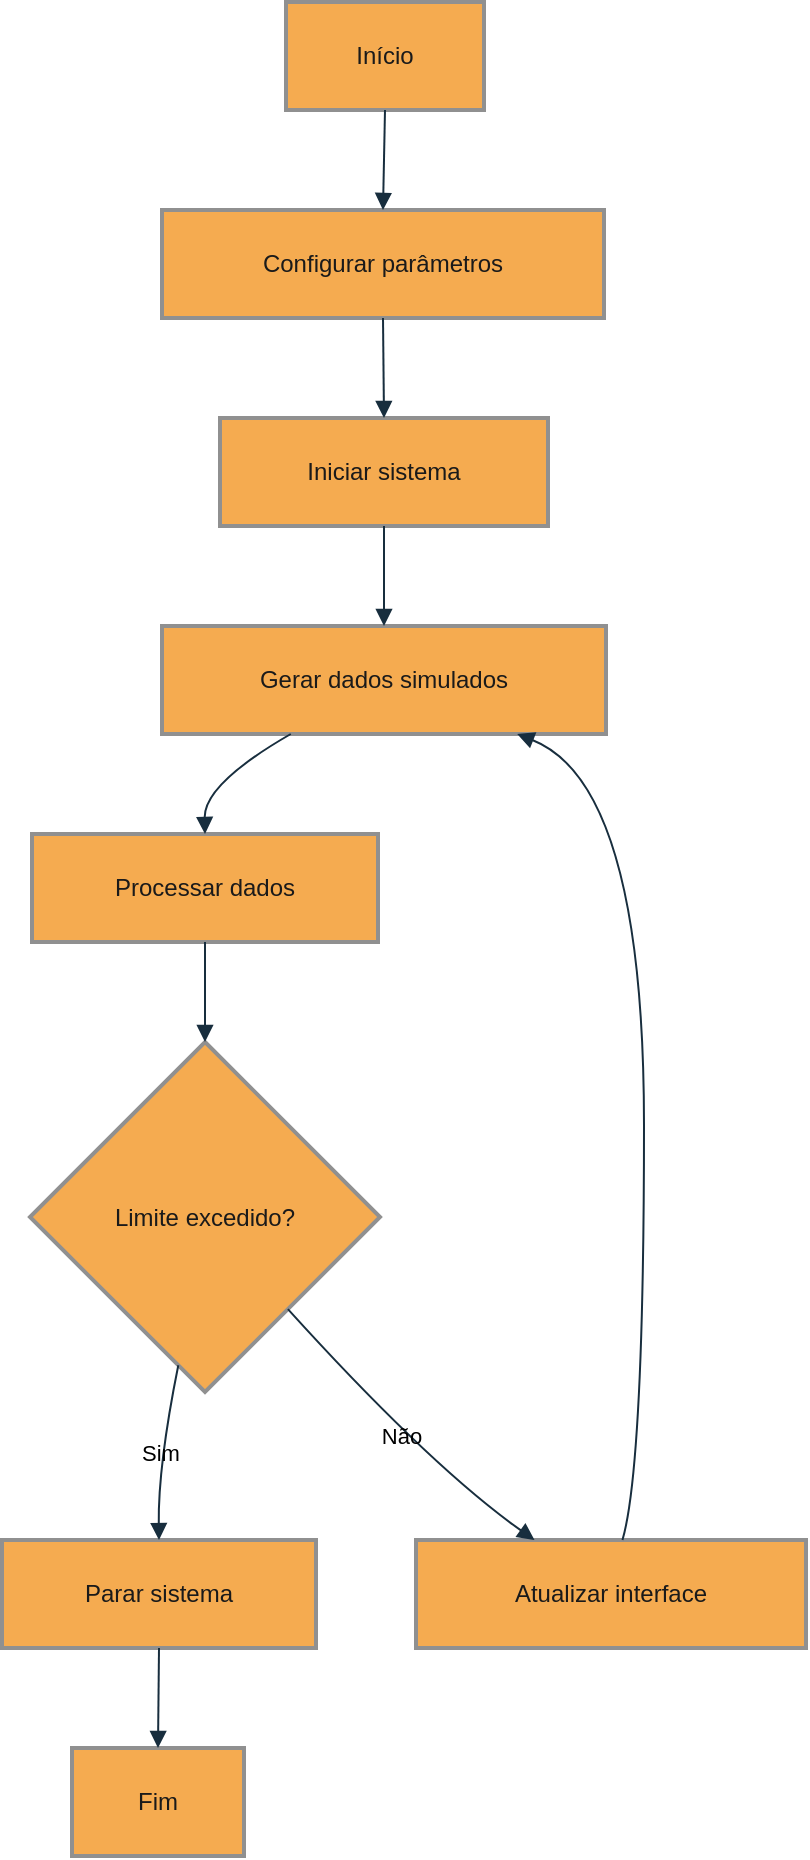
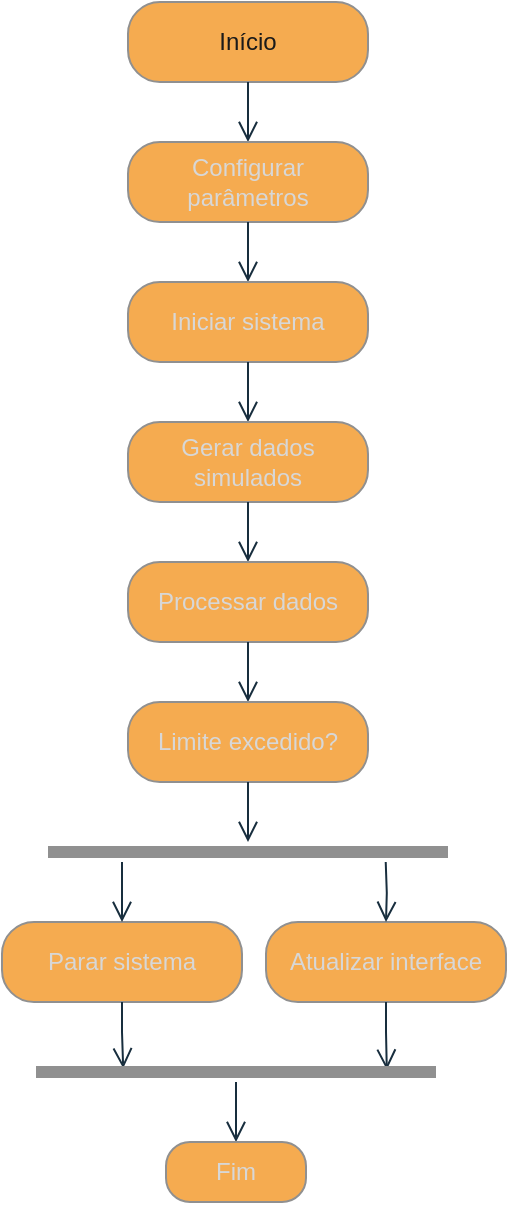
<mxfile host="Electron" agent="Mozilla/5.0 (Windows NT 10.0; Win64; x64) AppleWebKit/537.36 (KHTML, like Gecko) draw.io/29.6.6 Chrome/144.0.7559.236 Electron/40.8.4 Safari/537.36" version="29.6.6">
  <diagram name="Página-1" id="63gYxBsPaarODH8hY1k4">
-     <mxGraphModel dx="1603" dy="963" grid="0" gridSize="10" guides="1" tooltips="1" connect="1" arrows="1" fold="1" page="1" pageScale="1" pageWidth="827" pageHeight="1169" background="#FFFFFF" math="0" shadow="0">
+     <mxGraphModel dx="434" dy="261" grid="1" gridSize="10" guides="1" tooltips="1" connect="1" arrows="1" fold="1" page="1" pageScale="1" pageWidth="827" pageHeight="1169" background="#FFFFFF" math="0" shadow="0">
      <root>
        <mxCell id="0" />
        <mxCell id="1" parent="0" />
-         <mxCell id="yIWSX8JQS0jpfQ5vpIln-1" parent="1" style="whiteSpace=wrap;strokeWidth=2;fillColor=#F5AB50;strokeColor=#909090;fontColor=#1A1A1A;labelBackgroundColor=none;" value="Início" vertex="1">
-           <mxGeometry height="54" width="99" x="162" y="20" as="geometry" />
+         <mxCell id="O217VQp8zcDYhgJSsDFM-1" parent="1" style="rounded=1;whiteSpace=wrap;html=1;arcSize=40;fontColor=#1A1A1A;fillColor=#F5AB50;strokeColor=#909090;labelBackgroundColor=none;" value="&lt;span style=&quot;&quot;&gt;Início&lt;/span&gt;" vertex="1">
+           <mxGeometry height="40" width="120" x="186" y="30" as="geometry" />
        </mxCell>
-         <mxCell id="yIWSX8JQS0jpfQ5vpIln-2" parent="1" style="whiteSpace=wrap;strokeWidth=2;fillColor=#F5AB50;strokeColor=#909090;fontColor=#1A1A1A;labelBackgroundColor=none;" value="Configurar parâmetros" vertex="1">
-           <mxGeometry height="54" width="221" x="100" y="124" as="geometry" />
+         <mxCell id="O217VQp8zcDYhgJSsDFM-2" edge="1" parent="1" source="O217VQp8zcDYhgJSsDFM-1" style="edgeStyle=orthogonalEdgeStyle;html=1;verticalAlign=bottom;endArrow=open;endSize=8;strokeColor=#182E3E;rounded=0;labelBackgroundColor=none;fontColor=default;entryX=0.5;entryY=0;entryDx=0;entryDy=0;" target="O217VQp8zcDYhgJSsDFM-5" value="">
+           <mxGeometry relative="1" as="geometry">
+             <mxPoint x="246" y="100" as="targetPoint" />
+           </mxGeometry>
        </mxCell>
-         <mxCell id="yIWSX8JQS0jpfQ5vpIln-3" parent="1" style="whiteSpace=wrap;strokeWidth=2;fillColor=#F5AB50;strokeColor=#909090;fontColor=#1A1A1A;labelBackgroundColor=none;" value="Iniciar sistema" vertex="1">
-           <mxGeometry height="54" width="164" x="129" y="228" as="geometry" />
+         <mxCell id="O217VQp8zcDYhgJSsDFM-5" parent="1" style="rounded=1;whiteSpace=wrap;html=1;arcSize=40;fontColor=#1A1A1A;fillColor=#F5AB50;strokeColor=#909090;labelBackgroundColor=none;" value="&lt;span style=&quot;color: rgb(215, 215, 215);&quot;&gt;Configurar parâmetros&lt;/span&gt;" vertex="1">
+           <mxGeometry height="40" width="120" x="186" y="100" as="geometry" />
        </mxCell>
-         <mxCell id="yIWSX8JQS0jpfQ5vpIln-4" parent="1" style="whiteSpace=wrap;strokeWidth=2;fillColor=#F5AB50;strokeColor=#909090;fontColor=#1A1A1A;labelBackgroundColor=none;" value="Gerar dados simulados" vertex="1">
-           <mxGeometry height="54" width="222" x="100" y="332" as="geometry" />
+         <mxCell id="O217VQp8zcDYhgJSsDFM-6" edge="1" parent="1" source="O217VQp8zcDYhgJSsDFM-5" style="edgeStyle=orthogonalEdgeStyle;html=1;verticalAlign=bottom;endArrow=open;endSize=8;strokeColor=#182E3E;rounded=0;fontColor=default;entryX=0.5;entryY=0;entryDx=0;entryDy=0;labelBackgroundColor=none;" target="O217VQp8zcDYhgJSsDFM-7" value="">
+           <mxGeometry relative="1" as="geometry">
+             <mxPoint x="246" y="228" as="targetPoint" />
+           </mxGeometry>
        </mxCell>
-         <mxCell id="yIWSX8JQS0jpfQ5vpIln-5" parent="1" style="whiteSpace=wrap;strokeWidth=2;fillColor=#F5AB50;strokeColor=#909090;fontColor=#1A1A1A;labelBackgroundColor=none;" value="Processar dados" vertex="1">
-           <mxGeometry height="54" width="173" x="35" y="436" as="geometry" />
+         <mxCell id="O217VQp8zcDYhgJSsDFM-7" parent="1" style="rounded=1;whiteSpace=wrap;html=1;arcSize=40;fontColor=#1A1A1A;fillColor=#F5AB50;strokeColor=#909090;labelBackgroundColor=none;" value="&lt;span style=&quot;color: rgb(215, 215, 215);&quot;&gt;Iniciar sistema&lt;/span&gt;" vertex="1">
+           <mxGeometry height="40" width="120" x="186" y="170" as="geometry" />
        </mxCell>
-         <mxCell id="yIWSX8JQS0jpfQ5vpIln-6" parent="1" style="rhombus;strokeWidth=2;whiteSpace=wrap;fillColor=#F5AB50;strokeColor=#909090;fontColor=#1A1A1A;labelBackgroundColor=none;" value="Limite excedido?" vertex="1">
-           <mxGeometry height="175" width="175" x="34" y="540" as="geometry" />
+         <mxCell id="O217VQp8zcDYhgJSsDFM-8" edge="1" parent="1" source="O217VQp8zcDYhgJSsDFM-7" style="edgeStyle=orthogonalEdgeStyle;html=1;verticalAlign=bottom;endArrow=open;endSize=8;strokeColor=#182E3E;rounded=0;fontColor=default;entryX=0.5;entryY=0;entryDx=0;entryDy=0;labelBackgroundColor=none;" target="O217VQp8zcDYhgJSsDFM-9" value="">
+           <mxGeometry relative="1" as="geometry">
+             <mxPoint x="246" y="328" as="targetPoint" />
+           </mxGeometry>
        </mxCell>
-         <mxCell id="yIWSX8JQS0jpfQ5vpIln-7" parent="1" style="whiteSpace=wrap;strokeWidth=2;fillColor=#F5AB50;strokeColor=#909090;fontColor=#1A1A1A;labelBackgroundColor=none;" value="Parar sistema" vertex="1">
-           <mxGeometry height="54" width="157" x="20" y="789" as="geometry" />
+         <mxCell id="O217VQp8zcDYhgJSsDFM-9" parent="1" style="rounded=1;whiteSpace=wrap;html=1;arcSize=40;fontColor=#1A1A1A;fillColor=#F5AB50;strokeColor=#909090;labelBackgroundColor=none;" value="&lt;span style=&quot;color: rgb(215, 215, 215);&quot;&gt;Gerar dados simulados&lt;/span&gt;" vertex="1">
+           <mxGeometry height="40" width="120" x="186" y="240" as="geometry" />
        </mxCell>
-         <mxCell id="yIWSX8JQS0jpfQ5vpIln-8" parent="1" style="whiteSpace=wrap;strokeWidth=2;fillColor=#F5AB50;strokeColor=#909090;fontColor=#1A1A1A;labelBackgroundColor=none;" value="Atualizar interface" vertex="1">
-           <mxGeometry height="54" width="195" x="227" y="789" as="geometry" />
+         <mxCell id="O217VQp8zcDYhgJSsDFM-10" edge="1" parent="1" source="O217VQp8zcDYhgJSsDFM-9" style="edgeStyle=orthogonalEdgeStyle;html=1;verticalAlign=bottom;endArrow=open;endSize=8;strokeColor=#182E3E;rounded=0;fontColor=default;entryX=0.5;entryY=0;entryDx=0;entryDy=0;labelBackgroundColor=none;" target="O217VQp8zcDYhgJSsDFM-13" value="">
+           <mxGeometry relative="1" as="geometry">
+             <mxPoint x="246" y="430" as="targetPoint" />
+           </mxGeometry>
        </mxCell>
-         <mxCell id="yIWSX8JQS0jpfQ5vpIln-9" parent="1" style="whiteSpace=wrap;strokeWidth=2;fillColor=#F5AB50;strokeColor=#909090;fontColor=#1A1A1A;labelBackgroundColor=none;" value="Fim" vertex="1">
-           <mxGeometry height="54" width="86" x="55" y="893" as="geometry" />
+         <mxCell id="O217VQp8zcDYhgJSsDFM-13" parent="1" style="rounded=1;whiteSpace=wrap;html=1;arcSize=40;fontColor=#1A1A1A;fillColor=#F5AB50;strokeColor=#909090;labelBackgroundColor=none;" value="&lt;span style=&quot;color: rgb(215, 215, 215);&quot;&gt;Processar dados&lt;/span&gt;" vertex="1">
+           <mxGeometry height="40" width="120" x="186" y="310" as="geometry" />
        </mxCell>
-         <mxCell id="yIWSX8JQS0jpfQ5vpIln-10" edge="1" parent="1" source="yIWSX8JQS0jpfQ5vpIln-1" style="curved=1;startArrow=none;endArrow=block;exitX=0.5;exitY=1;entryX=0.5;entryY=0;rounded=0;labelBackgroundColor=none;strokeColor=#182E3E;fontColor=default;" target="yIWSX8JQS0jpfQ5vpIln-2" value="">
+         <mxCell id="O217VQp8zcDYhgJSsDFM-14" edge="1" parent="1" source="O217VQp8zcDYhgJSsDFM-13" style="edgeStyle=orthogonalEdgeStyle;html=1;verticalAlign=bottom;endArrow=open;endSize=8;strokeColor=#182E3E;rounded=0;fontColor=default;entryX=0.5;entryY=0;entryDx=0;entryDy=0;labelBackgroundColor=none;" target="O217VQp8zcDYhgJSsDFM-15" value="">
+           <mxGeometry relative="1" as="geometry">
+             <mxPoint x="246" y="530" as="targetPoint" />
+           </mxGeometry>
+         </mxCell>
+         <mxCell id="O217VQp8zcDYhgJSsDFM-15" parent="1" style="rounded=1;whiteSpace=wrap;html=1;arcSize=40;fontColor=#1A1A1A;fillColor=#F5AB50;strokeColor=#909090;labelBackgroundColor=none;" value="&lt;span style=&quot;color: rgb(215, 215, 215);&quot;&gt;Limite excedido?&lt;/span&gt;" vertex="1">
+           <mxGeometry height="40" width="120" x="186" y="380" as="geometry" />
+         </mxCell>
+         <mxCell id="O217VQp8zcDYhgJSsDFM-16" edge="1" parent="1" source="O217VQp8zcDYhgJSsDFM-15" style="edgeStyle=orthogonalEdgeStyle;html=1;verticalAlign=bottom;endArrow=open;endSize=8;strokeColor=#182E3E;rounded=0;fontColor=default;labelBackgroundColor=none;" target="O217VQp8zcDYhgJSsDFM-19" value="">
+           <mxGeometry relative="1" as="geometry">
+             <mxPoint x="246" y="460" as="targetPoint" />
+           </mxGeometry>
+         </mxCell>
+         <mxCell id="O217VQp8zcDYhgJSsDFM-19" parent="1" style="shape=line;html=1;strokeWidth=6;strokeColor=#909090;fontColor=#1A1A1A;fillColor=#F5AB50;labelBackgroundColor=none;" value="" vertex="1">
+           <mxGeometry height="10" width="200" x="146" y="450" as="geometry" />
+         </mxCell>
+         <mxCell id="O217VQp8zcDYhgJSsDFM-21" parent="1" style="rounded=1;whiteSpace=wrap;html=1;arcSize=40;fontColor=#1A1A1A;fillColor=#F5AB50;strokeColor=#909090;labelBackgroundColor=none;" value="&lt;span style=&quot;color: rgb(215, 215, 215);&quot;&gt;Parar sistema&lt;/span&gt;" vertex="1">
+           <mxGeometry height="40" width="120" x="123" y="490" as="geometry" />
+         </mxCell>
+         <mxCell id="O217VQp8zcDYhgJSsDFM-22" edge="1" parent="1" source="O217VQp8zcDYhgJSsDFM-21" style="edgeStyle=orthogonalEdgeStyle;html=1;verticalAlign=bottom;endArrow=open;endSize=8;strokeColor=#182E3E;rounded=0;fontColor=default;entryX=0.218;entryY=0.317;entryDx=0;entryDy=0;entryPerimeter=0;labelBackgroundColor=none;" target="O217VQp8zcDYhgJSsDFM-28" value="">
+           <mxGeometry relative="1" as="geometry">
+             <mxPoint x="183" y="590" as="targetPoint" />
+           </mxGeometry>
+         </mxCell>
+         <mxCell id="O217VQp8zcDYhgJSsDFM-23" parent="1" style="rounded=1;whiteSpace=wrap;html=1;arcSize=40;fontColor=#1A1A1A;fillColor=#F5AB50;strokeColor=#909090;labelBackgroundColor=none;" value="&lt;span style=&quot;color: rgb(215, 215, 215);&quot;&gt;Atualizar interface&lt;/span&gt;" vertex="1">
+           <mxGeometry height="40" width="120" x="255" y="490" as="geometry" />
+         </mxCell>
+         <mxCell id="O217VQp8zcDYhgJSsDFM-24" edge="1" parent="1" source="O217VQp8zcDYhgJSsDFM-23" style="edgeStyle=orthogonalEdgeStyle;html=1;verticalAlign=bottom;endArrow=open;endSize=8;strokeColor=#182E3E;rounded=0;fontColor=default;entryX=0.877;entryY=0.383;entryDx=0;entryDy=0;entryPerimeter=0;labelBackgroundColor=none;" target="O217VQp8zcDYhgJSsDFM-28" value="">
+           <mxGeometry relative="1" as="geometry">
+             <mxPoint x="315" y="590" as="targetPoint" />
+           </mxGeometry>
+         </mxCell>
+         <mxCell id="O217VQp8zcDYhgJSsDFM-26" edge="1" parent="1" source="O217VQp8zcDYhgJSsDFM-19" style="edgeStyle=orthogonalEdgeStyle;html=1;verticalAlign=bottom;endArrow=open;endSize=8;strokeColor=#182E3E;rounded=0;fontColor=default;entryX=0.5;entryY=0;entryDx=0;entryDy=0;labelBackgroundColor=none;" target="O217VQp8zcDYhgJSsDFM-21" value="">
+           <mxGeometry relative="1" as="geometry">
+             <Array as="points">
+               <mxPoint x="183" y="470" />
+               <mxPoint x="183" y="470" />
+             </Array>
+             <mxPoint x="210" y="490" as="sourcePoint" />
+             <mxPoint x="210" y="520" as="targetPoint" />
+           </mxGeometry>
+         </mxCell>
+         <mxCell id="O217VQp8zcDYhgJSsDFM-27" edge="1" parent="1" style="edgeStyle=orthogonalEdgeStyle;html=1;verticalAlign=bottom;endArrow=open;endSize=8;strokeColor=#182E3E;rounded=0;fontColor=default;entryX=0.5;entryY=0;entryDx=0;entryDy=0;labelBackgroundColor=none;" target="O217VQp8zcDYhgJSsDFM-23" value="">
          <mxGeometry relative="1" as="geometry">
            <Array as="points" />
+             <mxPoint x="314.86" y="460" as="sourcePoint" />
+             <mxPoint x="314.86" y="520" as="targetPoint" />
          </mxGeometry>
        </mxCell>
-         <mxCell id="yIWSX8JQS0jpfQ5vpIln-11" edge="1" parent="1" source="yIWSX8JQS0jpfQ5vpIln-2" style="curved=1;startArrow=none;endArrow=block;exitX=0.5;exitY=1;entryX=0.5;entryY=0;rounded=0;labelBackgroundColor=none;strokeColor=#182E3E;fontColor=default;" target="yIWSX8JQS0jpfQ5vpIln-3" value="">
+         <mxCell id="O217VQp8zcDYhgJSsDFM-28" parent="1" style="shape=line;html=1;strokeWidth=6;strokeColor=#909090;fontColor=#1A1A1A;fillColor=#F5AB50;labelBackgroundColor=none;" value="" vertex="1">
+           <mxGeometry height="10" width="200" x="140" y="560" as="geometry" />
+         </mxCell>
+         <mxCell id="O217VQp8zcDYhgJSsDFM-29" edge="1" parent="1" source="O217VQp8zcDYhgJSsDFM-28" style="edgeStyle=orthogonalEdgeStyle;html=1;verticalAlign=bottom;endArrow=open;endSize=8;strokeColor=#182E3E;rounded=0;fontColor=default;entryX=0.5;entryY=0;entryDx=0;entryDy=0;labelBackgroundColor=none;" target="O217VQp8zcDYhgJSsDFM-30" value="">
          <mxGeometry relative="1" as="geometry">
-             <Array as="points" />
+             <mxPoint x="240" y="640" as="targetPoint" />
          </mxGeometry>
        </mxCell>
-         <mxCell id="yIWSX8JQS0jpfQ5vpIln-12" edge="1" parent="1" source="yIWSX8JQS0jpfQ5vpIln-3" style="curved=1;startArrow=none;endArrow=block;exitX=0.5;exitY=1;entryX=0.5;entryY=0;rounded=0;labelBackgroundColor=none;strokeColor=#182E3E;fontColor=default;" target="yIWSX8JQS0jpfQ5vpIln-4" value="">
-           <mxGeometry relative="1" as="geometry">
-             <Array as="points" />
-           </mxGeometry>
-         </mxCell>
-         <mxCell id="yIWSX8JQS0jpfQ5vpIln-13" edge="1" parent="1" source="yIWSX8JQS0jpfQ5vpIln-4" style="curved=1;startArrow=none;endArrow=block;exitX=0.29;exitY=1;entryX=0.5;entryY=0;rounded=0;labelBackgroundColor=none;strokeColor=#182E3E;fontColor=default;" target="yIWSX8JQS0jpfQ5vpIln-5" value="">
-           <mxGeometry relative="1" as="geometry">
-             <Array as="points">
-               <mxPoint x="121" y="411" />
-             </Array>
-           </mxGeometry>
-         </mxCell>
-         <mxCell id="yIWSX8JQS0jpfQ5vpIln-14" edge="1" parent="1" source="yIWSX8JQS0jpfQ5vpIln-5" style="curved=1;startArrow=none;endArrow=block;exitX=0.5;exitY=1;entryX=0.5;entryY=0;rounded=0;labelBackgroundColor=none;strokeColor=#182E3E;fontColor=default;" target="yIWSX8JQS0jpfQ5vpIln-6" value="">
-           <mxGeometry relative="1" as="geometry">
-             <Array as="points" />
-           </mxGeometry>
-         </mxCell>
-         <mxCell id="yIWSX8JQS0jpfQ5vpIln-15" edge="1" parent="1" source="yIWSX8JQS0jpfQ5vpIln-6" style="curved=1;startArrow=none;endArrow=block;exitX=0.41;exitY=1;entryX=0.5;entryY=-0.01;rounded=0;labelBackgroundColor=none;strokeColor=#182E3E;fontColor=default;" target="yIWSX8JQS0jpfQ5vpIln-7" value="Sim">
-           <mxGeometry relative="1" as="geometry">
-             <Array as="points">
-               <mxPoint x="98" y="752" />
-             </Array>
-           </mxGeometry>
-         </mxCell>
-         <mxCell id="yIWSX8JQS0jpfQ5vpIln-16" edge="1" parent="1" source="yIWSX8JQS0jpfQ5vpIln-6" style="curved=1;startArrow=none;endArrow=block;exitX=0.95;exitY=1;entryX=0.3;entryY=-0.01;rounded=0;labelBackgroundColor=none;strokeColor=#182E3E;fontColor=default;" target="yIWSX8JQS0jpfQ5vpIln-8" value="Não">
-           <mxGeometry relative="1" as="geometry">
-             <Array as="points">
-               <mxPoint x="234" y="752" />
-             </Array>
-           </mxGeometry>
-         </mxCell>
-         <mxCell id="yIWSX8JQS0jpfQ5vpIln-17" edge="1" parent="1" source="yIWSX8JQS0jpfQ5vpIln-8" style="curved=1;startArrow=none;endArrow=block;exitX=0.53;exitY=-0.01;entryX=0.8;entryY=1;rounded=0;labelBackgroundColor=none;strokeColor=#182E3E;fontColor=default;" target="yIWSX8JQS0jpfQ5vpIln-4" value="">
-           <mxGeometry relative="1" as="geometry">
-             <Array as="points">
-               <mxPoint x="341" y="752" />
-               <mxPoint x="341" y="411" />
-             </Array>
-           </mxGeometry>
-         </mxCell>
-         <mxCell id="yIWSX8JQS0jpfQ5vpIln-18" edge="1" parent="1" source="yIWSX8JQS0jpfQ5vpIln-7" style="curved=1;startArrow=none;endArrow=block;exitX=0.5;exitY=0.99;entryX=0.5;entryY=-0.01;rounded=0;labelBackgroundColor=none;strokeColor=#182E3E;fontColor=default;" target="yIWSX8JQS0jpfQ5vpIln-9" value="">
-           <mxGeometry relative="1" as="geometry">
-             <Array as="points" />
-           </mxGeometry>
+         <mxCell id="O217VQp8zcDYhgJSsDFM-30" parent="1" style="rounded=1;whiteSpace=wrap;html=1;arcSize=40;fontColor=#1A1A1A;fillColor=#F5AB50;strokeColor=#909090;labelBackgroundColor=none;" value="&lt;span style=&quot;color: rgb(215, 215, 215);&quot;&gt;Fim&lt;/span&gt;" vertex="1">
+           <mxGeometry height="30" width="70" x="205" y="600" as="geometry" />
        </mxCell>
      </root>
    </mxGraphModel>
  </diagram>
</mxfile>
